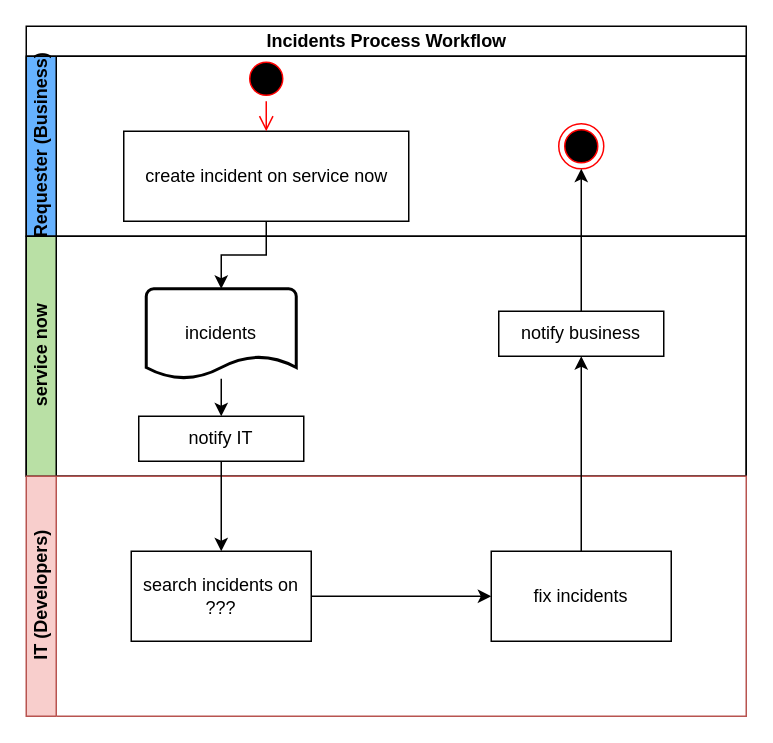
Above: incident workflow.drawio in yi2003/diagram (draw.io), before the change. Source tidied: cells renumbered, new cells numbered last; positions are measured from the earlier drawing's top-left corner, leaving out a move shared by most shapes. Both pictures are drawn from the tidied source at 150%, with x=0, y=0 at pixel (26, 26).
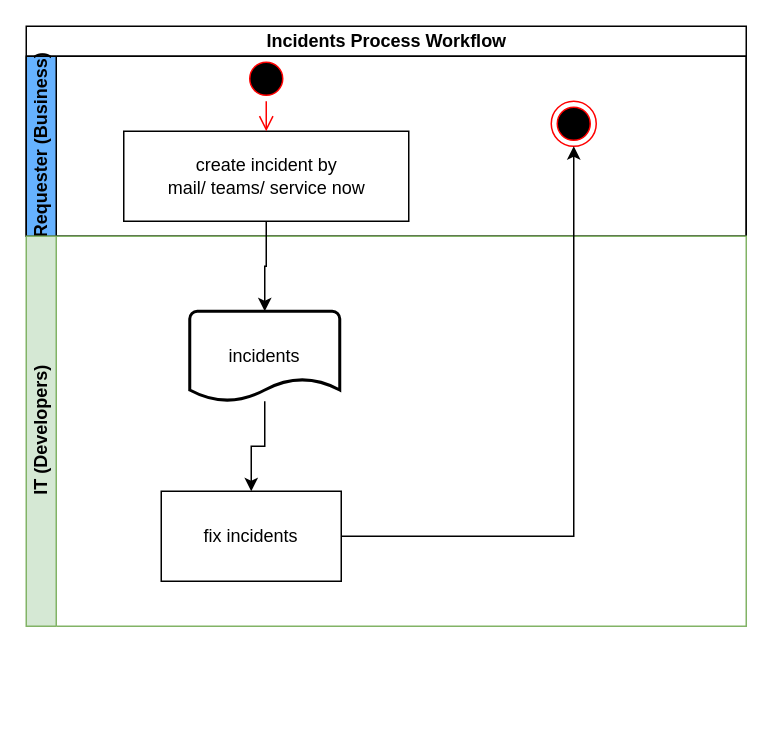
The same page after the edit.

Unchanged cells that the change refers to:
```xml
<mxCell id="3" value="Requester (Business)" style="swimlane;startSize=20;horizontal=0;html=1;fillColor=#66B2FF;fontColor=#000000;" parent="2" vertex="1">
  <mxGeometry y="20" width="480" height="120" as="geometry" />
</mxCell>
```

What changed in the source:
```diff
@@
     <mxCell id="2" value="Incidents Process Workflow" style="swimlane;horizontal=1;startSize=20;html=1;" parent="1" vertex="1">
-      <mxGeometry width="480" height="300" as="geometry" />
+      <mxGeometry width="480" height="140" as="geometry" />
     </mxCell>
@@
-    <mxCell id="5" value="create incident on service now" style="html=1;fontColor=#000000;fillColor=#FFFFFF;" parent="3" vertex="1">
+    <mxCell id="5" value="create incident by&lt;br&gt;mail/ teams/ service now" style="html=1;fontColor=#000000;fillColor=#FFFFFF;" parent="3" vertex="1">
       <mxGeometry x="65" y="50" width="190" height="60" as="geometry" />
     </mxCell>
@@
     <mxCell id="7" style="ellipse;html=1;shape=endState;fillColor=#000000;strokeColor=#ff0000;fontColor=#000000;" parent="3" vertex="1">
-      <mxGeometry x="355" y="45" width="30" height="30" as="geometry" />
+      <mxGeometry x="350" y="30" width="30" height="30" as="geometry" />
     </mxCell>
-    <mxCell id="8" value="service now" style="swimlane;startSize=20;horizontal=0;html=1;fontColor=#000000;fillColor=#B9E0A5;" parent="2" vertex="1">
-      <mxGeometry y="140" width="480" height="160" as="geometry" />
-    </mxCell>
-    <mxCell id="9" style="edgeStyle=orthogonalEdgeStyle;rounded=0;jettySize=auto;html=1;entryX=0.5;entryY=0;entryDx=0;entryDy=0;fontColor=#000000;" parent="8" edge="1" source="10" target="11">
-      <mxGeometry relative="1" as="geometry" />
-    </mxCell>
+    <mxCell id="15" value="IT (Developers)" style="swimlane;startSize=20;horizontal=0;html=1;fillColor=#d5e8d4;strokeColor=#82b366;" parent="1" vertex="1">
+      <mxGeometry y="140" width="480" height="260" as="geometry" />
+    </mxCell>
+    <mxCell id="17" value="fix incidents" style="whiteSpace=wrap;html=1;fillColor=#FFFFFF;fontColor=#000000;rounded=0;" parent="15" vertex="1">
+      <mxGeometry x="90" y="170" width="120" height="60" as="geometry" />
+    </mxCell>
+    <mxCell id="21" style="edgeStyle=orthogonalEdgeStyle;rounded=0;jettySize=auto;html=1;fontColor=#000000;" parent="15" edge="1" source="10" target="17">
+      <mxGeometry relative="1" as="geometry" />
+    </mxCell>
-    <mxCell id="10" value="incidents" style="strokeWidth=2;html=1;shape=mxgraph.flowchart.document2;whiteSpace=wrap;size=0.25;fontColor=#000000;fillColor=#FFFFFF;" parent="8" vertex="1">
-      <mxGeometry x="80" y="35" width="100" height="60" as="geometry" />
+    <mxCell id="10" value="incidents" style="strokeWidth=2;html=1;shape=mxgraph.flowchart.document2;whiteSpace=wrap;size=0.25;fontColor=#000000;fillColor=#FFFFFF;" parent="15" vertex="1">
+      <mxGeometry x="109" y="50" width="100" height="60" as="geometry" />
     </mxCell>
-    <mxCell id="11" value="notify IT" style="rounded=0;whiteSpace=wrap;html=1;fontColor=#000000;fillColor=#FFFFFF;" parent="8" vertex="1">
-      <mxGeometry x="75" y="120" width="110" height="30" as="geometry" />
-    </mxCell>
-    <mxCell id="12" value="notify business" style="rounded=0;whiteSpace=wrap;html=1;fontColor=#000000;fillColor=#FFFFFF;" parent="8" vertex="1">
-      <mxGeometry x="315" y="50" width="110" height="30" as="geometry" />
-    </mxCell>
-    <mxCell id="13" style="edgeStyle=orthogonalEdgeStyle;rounded=0;jettySize=auto;html=1;fontColor=#000000;" parent="2" edge="1" source="5" target="10">
+    <mxCell id="13" style="edgeStyle=orthogonalEdgeStyle;rounded=0;jettySize=auto;html=1;fontColor=#000000;" parent="1" edge="1" source="5" target="10">
       <mxGeometry relative="1" as="geometry" />
     </mxCell>
-    <mxCell id="14" style="edgeStyle=orthogonalEdgeStyle;rounded=0;jettySize=auto;html=1;fontColor=#000000;startArrow=none;" parent="2" edge="1" source="12" target="7">
-      <mxGeometry relative="1" as="geometry" />
-    </mxCell>
-    <mxCell id="15" value="IT (Developers)" style="swimlane;startSize=20;horizontal=0;html=1;fillColor=#f8cecc;strokeColor=#b85450;" parent="1" vertex="1">
-      <mxGeometry y="300" width="480" height="160" as="geometry" />
-    </mxCell>
-    <mxCell id="16" value="search incidents on ???" style="whiteSpace=wrap;html=1;fillColor=#FFFFFF;fontColor=#000000;rounded=0;" parent="15" vertex="1">
-      <mxGeometry x="70" y="50" width="120" height="60" as="geometry" />
-    </mxCell>
-    <mxCell id="17" value="fix incidents" style="whiteSpace=wrap;html=1;fillColor=#FFFFFF;fontColor=#000000;rounded=0;" parent="15" vertex="1">
-      <mxGeometry x="310" y="50" width="120" height="60" as="geometry" />
-    </mxCell>
-    <mxCell id="18" style="edgeStyle=orthogonalEdgeStyle;rounded=0;jettySize=auto;html=1;fontColor=#000000;" parent="15" edge="1" source="16" target="17">
-      <mxGeometry relative="1" as="geometry" />
-    </mxCell>
-    <mxCell id="19" style="edgeStyle=orthogonalEdgeStyle;rounded=0;jettySize=auto;html=1;fontColor=#000000;" parent="1" edge="1" source="11" target="16">
-      <mxGeometry relative="1" as="geometry" />
-    </mxCell>
-    <mxCell id="20" style="edgeStyle=orthogonalEdgeStyle;rounded=0;jettySize=auto;html=1;entryX=0.5;entryY=1;entryDx=0;entryDy=0;fontColor=#000000;" parent="1" edge="1" source="17" target="12">
-      <mxGeometry relative="1" as="geometry" />
-    </mxCell>
+    <mxCell id="22" style="edgeStyle=orthogonalEdgeStyle;rounded=0;jettySize=auto;html=1;fontColor=#000000;" parent="1" edge="1" source="17" target="7">
+      <mxGeometry relative="1" as="geometry" />
+    </mxCell>
```
